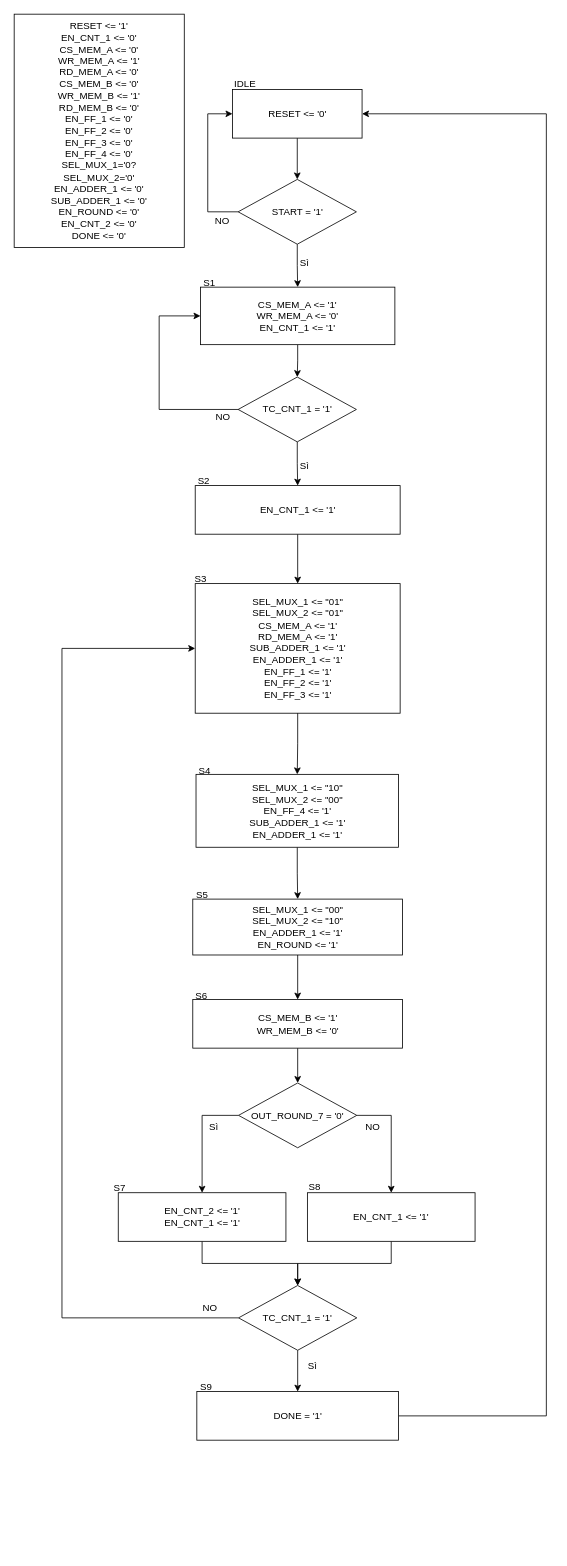
leobel96/Polito-ESD-NeuralNetwork keeps this draw.io diagram as lab6/Control ASM.drawio. Above is the earlier version. Source tidied: cells renumbered, new cells numbered last; positions are measured from the earlier drawing's top-left corner, leaving out a move shared by most shapes. Both pictures are drawn from the tidied source at 81%, with x=0, y=0 at pixel (14, 14).
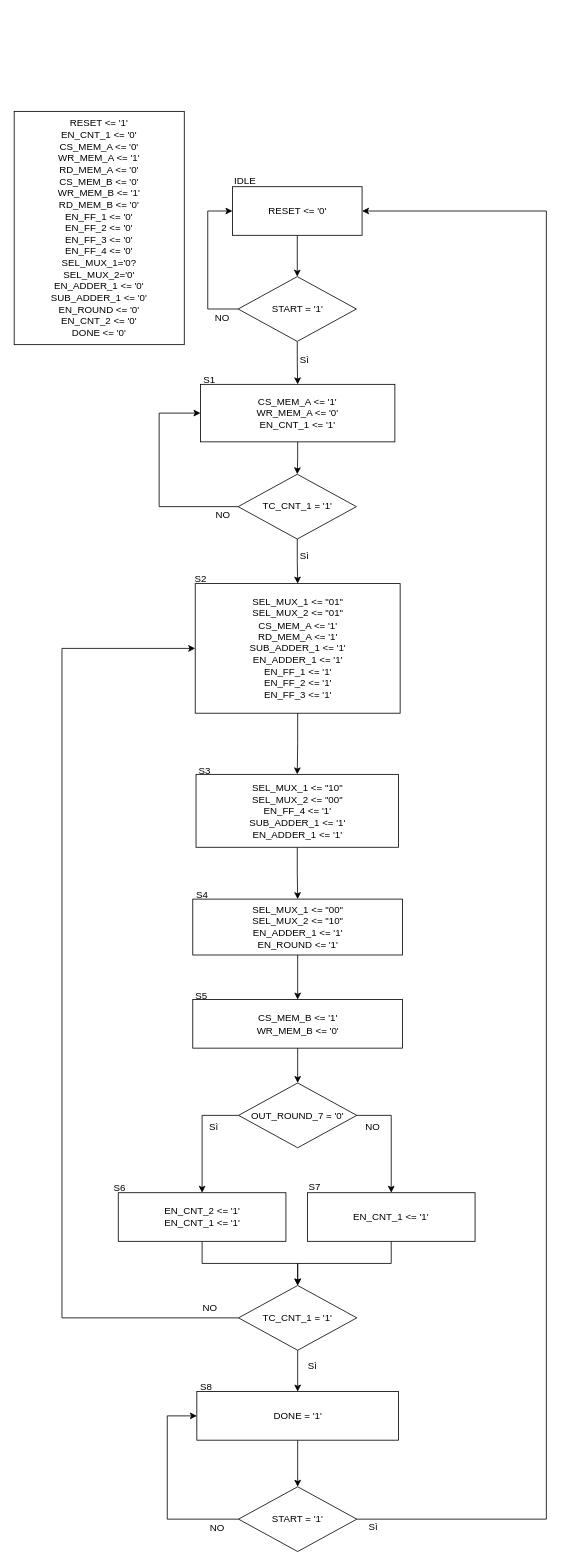
The same page after the edit.

Unchanged cells that the change refers to:
```xml
<mxCell id="12" value="&lt;div&gt;SEL_MUX_1 &amp;lt;= &quot;01&quot;&lt;/div&gt;&lt;div&gt;SEL_MUX_2 &amp;lt;= &quot;01&quot;&lt;br&gt;&lt;/div&gt;&lt;div&gt;&lt;div&gt;CS_MEM_A &amp;lt;= '1'&lt;/div&gt;&lt;div&gt;RD_MEM_A &amp;lt;= '1'&lt;/div&gt;&lt;div&gt;SUB_ADDER_1 &amp;lt;= '1'&lt;br&gt;&lt;/div&gt;&lt;div&gt;EN_ADDER_1 &amp;lt;= '1'&lt;/div&gt;&lt;div&gt;&lt;div&gt;&lt;div&gt;&lt;div&gt;&lt;div&gt;&lt;div&gt;EN_FF_1 &amp;lt;= '1'&lt;/div&gt;&lt;/div&gt;EN_FF_2 &amp;lt;= '1'&lt;/div&gt;&lt;/div&gt;&lt;/div&gt;&lt;div&gt;EN_FF_3 &amp;lt;= '1'&lt;/div&gt;&lt;/div&gt;&lt;/div&gt;" style="rounded=0;whiteSpace=wrap;html=1;" parent="1" vertex="1">
  <mxGeometry x="223.5" y="703" width="253" height="160" as="geometry" />
</mxCell>
<mxCell id="24" value="DONE = '1'" style="rounded=0;whiteSpace=wrap;html=1;" parent="1" vertex="1">
  <mxGeometry x="225.5" y="1700.5" width="249" height="60" as="geometry" />
</mxCell>
```

The edit, as a diff of the source:
```diff
@@
     <mxCell id="3" value="&lt;div&gt;RESET &amp;lt;= '0'&lt;/div&gt;" style="rounded=0;whiteSpace=wrap;html=1;" parent="1" vertex="1">
-      <mxGeometry x="269.5" y="93" width="160" height="60" as="geometry" />
+      <mxGeometry x="269.5" y="213" width="160" height="60" as="geometry" />
     </mxCell>
     <mxCell id="4" value="IDLE" style="text;html=1;align=left;verticalAlign=top;spacingTop=-4;" parent="1" vertex="1">
-      <mxGeometry x="269.5" y="76" width="40" height="20" as="geometry" />
+      <mxGeometry x="269.5" y="196" width="40" height="20" as="geometry" />
     </mxCell>
@@
     <mxCell id="6" value="CS_MEM_A &amp;lt;= '1'&lt;div&gt;WR_MEM_A &amp;lt;= '0'&lt;/div&gt;&lt;div&gt;EN_CNT_1 &amp;lt;= '1'&lt;/div&gt;" style="rounded=0;whiteSpace=wrap;html=1;" parent="1" vertex="1">
-      <mxGeometry x="230" y="337" width="240" height="71" as="geometry" />
+      <mxGeometry x="230" y="457" width="240" height="71" as="geometry" />
     </mxCell>
     <mxCell id="7" value="S1" style="text;html=1;align=left;verticalAlign=top;spacingTop=-4;" parent="1" vertex="1">
-      <mxGeometry x="232" y="322" width="30" height="20" as="geometry" />
+      <mxGeometry x="232" y="442" width="30" height="20" as="geometry" />
     </mxCell>
     <mxCell id="8" style="edgeStyle=orthogonalEdgeStyle;rounded=0;jettySize=auto;html=1;exitX=0;exitY=0.5;exitDx=0;exitDy=0;entryX=0;entryY=0.5;entryDx=0;entryDy=0;" parent="1" edge="1" source="10" target="6">
       <mxGeometry relative="1" as="geometry">
         <Array as="points">
-          <mxPoint x="179" y="488" />
-          <mxPoint x="179" y="373" />
+          <mxPoint x="179" y="608" />
+          <mxPoint x="179" y="493" />
         </Array>
       </mxGeometry>
     </mxCell>
-    <mxCell id="9" style="edgeStyle=orthogonalEdgeStyle;rounded=0;jettySize=auto;html=1;exitX=0.5;exitY=1;exitDx=0;exitDy=0;entryX=0.5;entryY=0;entryDx=0;entryDy=0;" parent="1" edge="1" source="10" target="51">
+    <mxCell id="9" style="edgeStyle=orthogonalEdgeStyle;rounded=0;jettySize=auto;html=1;exitX=0.5;exitY=1;exitDx=0;exitDy=0;entryX=0.5;entryY=0;entryDx=0;entryDy=0;" parent="1" edge="1" source="10" target="12">
       <mxGeometry relative="1" as="geometry" />
     </mxCell>
     <mxCell id="10" value="TC_CNT_1 = '1'" style="rhombus;whiteSpace=wrap;html=1;" parent="1" vertex="1">
-      <mxGeometry x="276.5" y="448" width="146" height="80" as="geometry" />
+      <mxGeometry x="276.5" y="568" width="146" height="80" as="geometry" />
     </mxCell>
     <mxCell id="11" value="NO" style="text;html=1;align=left;verticalAlign=top;spacingTop=-4;" parent="1" vertex="1">
-      <mxGeometry x="246.5" y="488" width="30" height="20" as="geometry" />
+      <mxGeometry x="246.5" y="608" width="30" height="20" as="geometry" />
     </mxCell>
@@
     <mxCell id="17" value="Sì" style="text;html=1;align=left;verticalAlign=top;spacingTop=-4;" parent="1" vertex="1">
-      <mxGeometry x="350.5" y="547.5" width="30" height="20" as="geometry" />
+      <mxGeometry x="350.5" y="658.5" width="30" height="20" as="geometry" />
     </mxCell>
@@
-    <mxCell id="23" style="edgeStyle=orthogonalEdgeStyle;rounded=0;jettySize=auto;html=1;exitX=1;exitY=0.5;exitDx=0;exitDy=0;entryX=1;entryY=0.5;entryDx=0;entryDy=0;" parent="1" edge="1" source="24" target="3">
+    <mxCell id="23" style="edgeStyle=orthogonalEdgeStyle;rounded=0;jettySize=auto;html=1;exitX=1;exitY=0.5;exitDx=0;exitDy=0;entryX=1;entryY=0.5;entryDx=0;entryDy=0;" parent="1" edge="1" source="55" target="3">
       <mxGeometry relative="1" as="geometry">
         <Array as="points">
-          <mxPoint x="657" y="1731" />
-          <mxPoint x="657" y="123" />
+          <mxPoint x="657" y="1858" />
+          <mxPoint x="657" y="243" />
         </Array>
       </mxGeometry>
     </mxCell>
+    <mxCell id="53" style="edgeStyle=orthogonalEdgeStyle;rounded=0;jettySize=auto;html=1;exitX=0.5;exitY=1;exitDx=0;exitDy=0;entryX=0.5;entryY=0;entryDx=0;entryDy=0;" parent="1" edge="1" source="24" target="55">
+      <mxGeometry relative="1" as="geometry" />
+    </mxCell>
@@
     <mxCell id="26" style="edgeStyle=orthogonalEdgeStyle;rounded=0;jettySize=auto;html=1;exitX=0;exitY=0.5;exitDx=0;exitDy=0;entryX=0;entryY=0.5;entryDx=0;entryDy=0;" parent="1" edge="1" source="27" target="3">
       <mxGeometry relative="1" as="geometry">
         <Array as="points">
-          <mxPoint x="239" y="244" />
-          <mxPoint x="239" y="123" />
+          <mxPoint x="239" y="364" />
+          <mxPoint x="239" y="243" />
         </Array>
       </mxGeometry>
     </mxCell>
     <mxCell id="27" value="START = '1'" style="rhombus;whiteSpace=wrap;html=1;" parent="1" vertex="1">
-      <mxGeometry x="276.5" y="204" width="146" height="80" as="geometry" />
+      <mxGeometry x="276.5" y="324" width="146" height="80" as="geometry" />
     </mxCell>
     <mxCell id="28" value="NO" style="text;html=1;align=left;verticalAlign=top;spacingTop=-4;" parent="1" vertex="1">
-      <mxGeometry x="246" y="245" width="30" height="20" as="geometry" />
+      <mxGeometry x="246" y="365" width="30" height="20" as="geometry" />
     </mxCell>
     <mxCell id="29" value="Sì" style="text;html=1;align=left;verticalAlign=top;spacingTop=-4;" parent="1" vertex="1">
-      <mxGeometry x="350.5" y="297" width="30" height="20" as="geometry" />
+      <mxGeometry x="350.5" y="417" width="30" height="20" as="geometry" />
     </mxCell>
-    <mxCell id="30" value="S3" style="text;html=1;align=left;verticalAlign=top;spacingTop=-4;" parent="1" vertex="1">
+    <mxCell id="30" value="S2" style="text;html=1;align=left;verticalAlign=top;spacingTop=-4;" parent="1" vertex="1">
       <mxGeometry x="221" y="688" width="30" height="20" as="geometry" />
     </mxCell>
-    <mxCell id="31" value="S4" style="text;html=1;align=left;verticalAlign=top;spacingTop=-4;" parent="1" vertex="1">
+    <mxCell id="31" value="S3" style="text;html=1;align=left;verticalAlign=top;spacingTop=-4;" parent="1" vertex="1">
       <mxGeometry x="226" y="923.5" width="30" height="20" as="geometry" />
     </mxCell>
-    <mxCell id="32" value="S5" style="text;html=1;align=left;verticalAlign=top;spacingTop=-4;" parent="1" vertex="1">
+    <mxCell id="32" value="S4" style="text;html=1;align=left;verticalAlign=top;spacingTop=-4;" parent="1" vertex="1">
       <mxGeometry x="222.5" y="1077.5" width="30" height="20" as="geometry" />
     </mxCell>
@@
-    <mxCell id="40" value="S7" style="text;html=1;align=left;verticalAlign=top;spacingTop=-4;" parent="1" vertex="1">
+    <mxCell id="40" value="S6" style="text;html=1;align=left;verticalAlign=top;spacingTop=-4;" parent="1" vertex="1">
       <mxGeometry x="121" y="1439" width="30" height="20" as="geometry" />
     </mxCell>
-    <mxCell id="41" value="S9" style="text;html=1;align=left;verticalAlign=top;spacingTop=-4;" parent="1" vertex="1">
+    <mxCell id="41" value="S8" style="text;html=1;align=left;verticalAlign=top;spacingTop=-4;" parent="1" vertex="1">
       <mxGeometry x="227.5" y="1684.5" width="30" height="20" as="geometry" />
     </mxCell>
@@
-    <mxCell id="44" value="S6" style="text;html=1;align=left;verticalAlign=top;spacingTop=-4;" parent="1" vertex="1">
+    <mxCell id="44" value="S5" style="text;html=1;align=left;verticalAlign=top;spacingTop=-4;" parent="1" vertex="1">
       <mxGeometry x="221.5" y="1201.5" width="30" height="20" as="geometry" />
     </mxCell>
     <mxCell id="45" value="&lt;div&gt;RESET &amp;lt;= '1'&lt;/div&gt;&lt;div&gt;EN_CNT_1 &amp;lt;= '0'&lt;/div&gt;&lt;div&gt;CS_MEM_A &amp;lt;= '0'&lt;/div&gt;&lt;div&gt;WR_MEM_A &amp;lt;= '1'&lt;/div&gt;&lt;div&gt;RD_MEM_A &amp;lt;= '0'&lt;br&gt;&lt;/div&gt;&lt;div&gt;CS_MEM_B &amp;lt;= '0'&lt;br&gt;&lt;div&gt;WR_MEM_B &amp;lt;= '1'&lt;/div&gt;&lt;div&gt;RD_MEM_B &amp;lt;= '0'&lt;/div&gt;&lt;div&gt;&lt;div&gt;&lt;div&gt;EN_FF_1 &amp;lt;= '0'&lt;/div&gt;&lt;/div&gt;&lt;div&gt;EN_FF_2 &amp;lt;= '0'&lt;/div&gt;&lt;/div&gt;&lt;div&gt;EN_FF_3 &amp;lt;= '0'&lt;/div&gt;&lt;div&gt;EN_FF_4 &amp;lt;= '0'&lt;br&gt;&lt;/div&gt;&lt;div&gt;SEL_MUX_1='0?&lt;/div&gt;&lt;div&gt;SEL_MUX_2='0'&lt;/div&gt;&lt;div&gt;EN_ADDER_1 &amp;lt;= '0'&lt;/div&gt;&lt;div&gt;SUB_ADDER_1 &amp;lt;= '0'&lt;/div&gt;&lt;/div&gt;&lt;div&gt;EN_ROUND &amp;lt;= '0'&lt;br&gt;&lt;/div&gt;&lt;div&gt;EN_CNT_2 &amp;lt;= '0'&lt;br&gt;&lt;/div&gt;&lt;div&gt;DONE &amp;lt;= '0'&lt;/div&gt;" style="rounded=0;whiteSpace=wrap;html=1;" parent="1" vertex="1">
-      <mxGeometry width="210" height="288" as="geometry" />
+      <mxGeometry y="120" width="210" height="288" as="geometry" />
     </mxCell>
@@
-    <mxCell id="49" value="S8" style="text;html=1;align=left;verticalAlign=top;spacingTop=-4;" parent="1" vertex="1">
+    <mxCell id="49" value="S7" style="text;html=1;align=left;verticalAlign=top;spacingTop=-4;" parent="1" vertex="1">
       <mxGeometry x="362" y="1438" width="30" height="20" as="geometry" />
     </mxCell>
-    <mxCell id="50" style="edgeStyle=orthogonalEdgeStyle;rounded=0;jettySize=auto;html=1;exitX=0.5;exitY=1;exitDx=0;exitDy=0;entryX=0.5;entryY=0;entryDx=0;entryDy=0;" parent="1" edge="1" source="51" target="12">
-      <mxGeometry relative="1" as="geometry" />
-    </mxCell>
-    <mxCell id="51" value="&lt;div&gt;&lt;div&gt;EN_CNT_1 &amp;lt;= '1'&lt;/div&gt;&lt;/div&gt;" style="rounded=0;whiteSpace=wrap;html=1;" parent="1" vertex="1">
-      <mxGeometry x="223.5" y="582" width="253" height="60" as="geometry" />
-    </mxCell>
-    <mxCell id="52" value="S2" style="text;html=1;align=left;verticalAlign=top;spacingTop=-4;" parent="1" vertex="1">
-      <mxGeometry x="225" y="567" width="30" height="20" as="geometry" />
-    </mxCell>
+    <mxCell id="54" style="edgeStyle=orthogonalEdgeStyle;rounded=0;jettySize=auto;html=1;exitX=0;exitY=0.5;exitDx=0;exitDy=0;entryX=0;entryY=0.5;entryDx=0;entryDy=0;" parent="1" edge="1" source="55" target="24">
+      <mxGeometry relative="1" as="geometry">
+        <Array as="points">
+          <mxPoint x="189" y="1858" />
+          <mxPoint x="189" y="1731" />
+        </Array>
+      </mxGeometry>
+    </mxCell>
+    <mxCell id="55" value="START = '1'" style="rhombus;whiteSpace=wrap;html=1;" parent="1" vertex="1">
+      <mxGeometry x="277" y="1818" width="146" height="80" as="geometry" />
+    </mxCell>
+    <mxCell id="56" value="NO" style="text;html=1;align=left;verticalAlign=top;spacingTop=-4;" parent="1" vertex="1">
+      <mxGeometry x="239.5" y="1859" width="30" height="20" as="geometry" />
+    </mxCell>
+    <mxCell id="57" value="Sì" style="text;html=1;align=left;verticalAlign=top;spacingTop=-4;" parent="1" vertex="1">
+      <mxGeometry x="435.5" y="1858" width="30" height="20" as="geometry" />
+    </mxCell>
```
